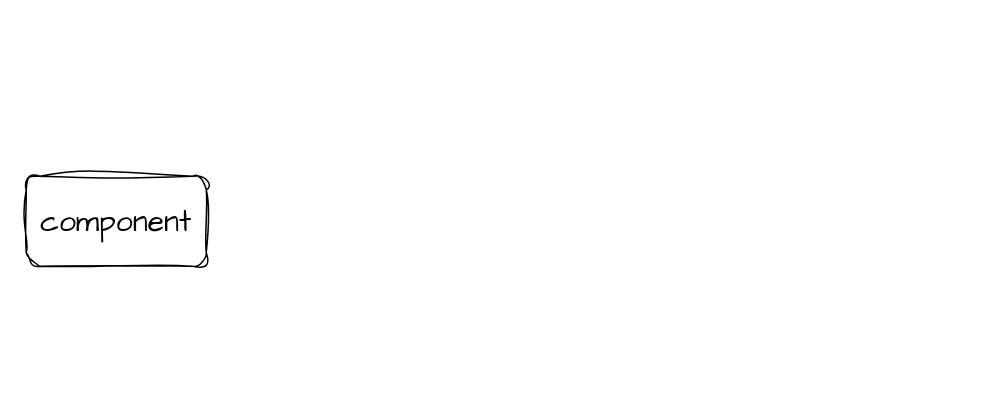
Above: design.dio in inoth/toybox (draw.io), before the change. Source tidied: cells renumbered, new cells numbered last; positions are measured from the earlier drawing's top-left corner, leaving out a move shared by most shapes. Both pictures are drawn from the tidied source at 150%, with x=0, y=0 at pixel (26, 176).
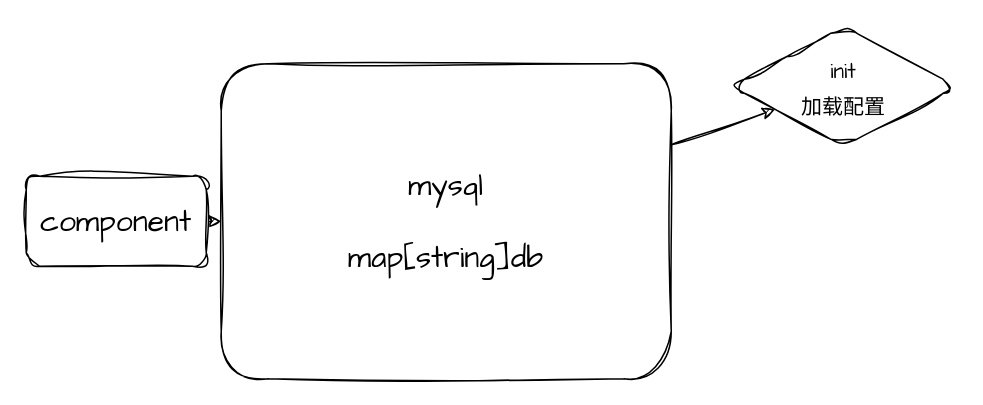
The same page after the edit.

Change to the diagram source:
```diff
@@
 <mxGraphModel>
   <root>
     <mxCell id="0" />
     <mxCell id="1" parent="0" />
+    <mxCell id="3" style="edgeStyle=none;sketch=1;hachureGap=4;jiggle=2;curveFitting=1;html=1;fontFamily=Architects Daughter;fontSize=16;" parent="1" edge="1" source="2" target="5">
+      <mxGeometry relative="1" as="geometry" />
+    </mxCell>
     <mxCell id="2" value="component" style="rounded=1;whiteSpace=wrap;html=1;sketch=1;hachureGap=4;jiggle=2;curveFitting=1;fontFamily=Architects Daughter;fontSize=20;" parent="1" vertex="1">
       <mxGeometry width="120" height="60" as="geometry" />
     </mxCell>
+    <mxCell id="4" style="edgeStyle=none;sketch=1;hachureGap=4;jiggle=2;curveFitting=1;html=1;fontFamily=Architects Daughter;fontSize=16;" parent="1" edge="1" source="5" target="6">
+      <mxGeometry relative="1" as="geometry" />
+    </mxCell>
+    <mxCell id="5" value="mysql&lt;br&gt;&lt;br&gt;map[string]db&lt;br&gt;" style="whiteSpace=wrap;html=1;fontSize=20;fontFamily=Architects Daughter;rounded=1;sketch=1;hachureGap=4;jiggle=2;curveFitting=1;" parent="1" vertex="1">
+      <mxGeometry x="130" y="-75" width="300" height="210" as="geometry" />
+    </mxCell>
+    <mxCell id="6" value="&lt;font style=&quot;font-size: 14px;&quot;&gt;init&lt;br&gt;加载配置&lt;/font&gt;" style="rhombus;whiteSpace=wrap;html=1;fontSize=20;fontFamily=Architects Daughter;rounded=1;sketch=1;hachureGap=4;jiggle=2;curveFitting=1;" parent="1" vertex="1">
+      <mxGeometry x="470" y="-100" width="150" height="80" as="geometry" />
+    </mxCell>
   </root>
 </mxGraphModel>
```
